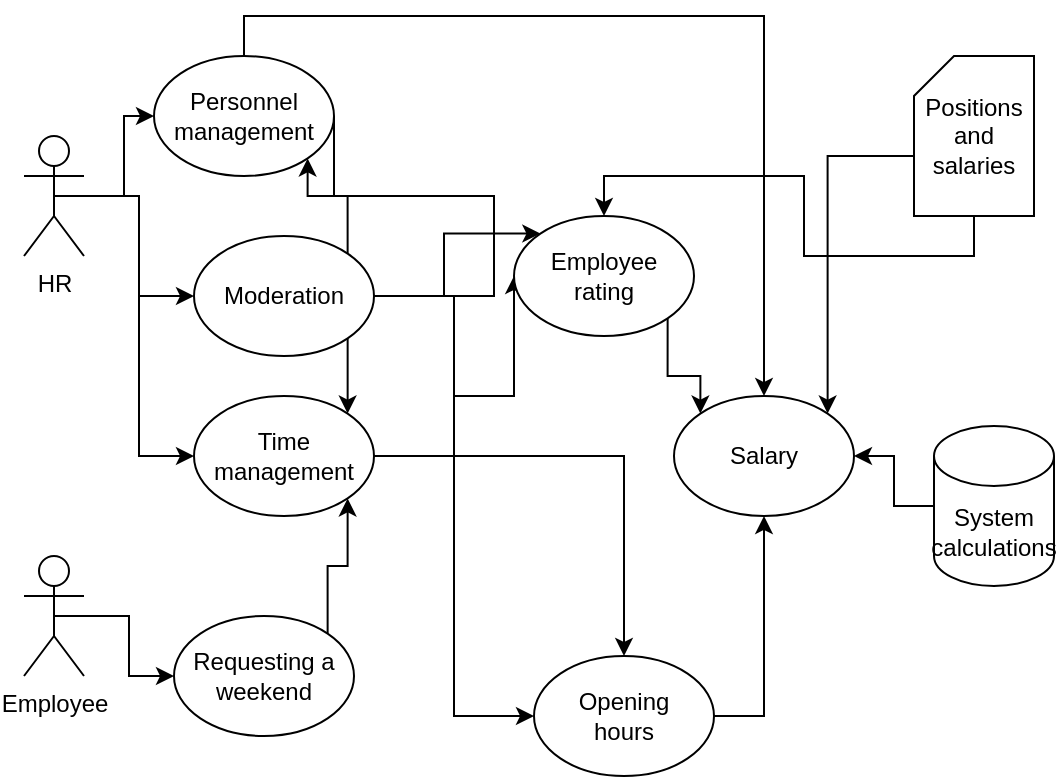
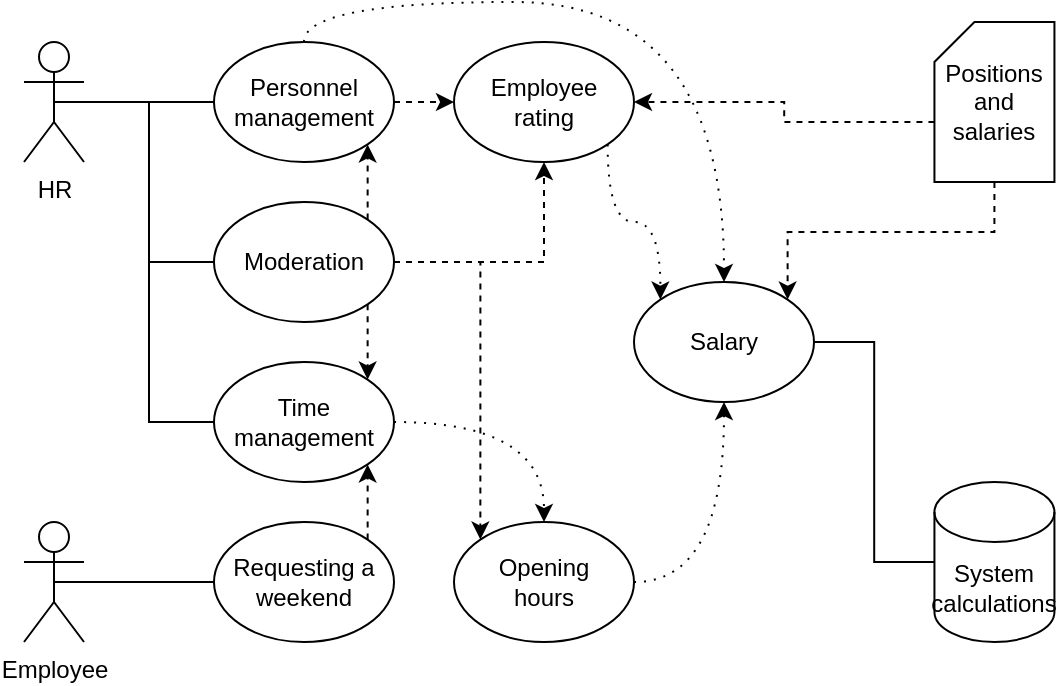
<mxfile host="app.diagrams.net">
  <diagram name="Страница-1" id="4PorLWuK8ms9UQ5BCzpe">
-     <mxGraphModel dx="1295" dy="720" grid="1" gridSize="10" guides="1" tooltips="1" connect="1" arrows="1" fold="1" page="1" pageScale="1" pageWidth="827" pageHeight="1169" math="0" shadow="0">
+     <mxGraphModel dx="2034" dy="1131" grid="1" gridSize="10" guides="1" tooltips="1" connect="1" arrows="1" fold="1" page="1" pageScale="1" pageWidth="827" pageHeight="1169" math="0" shadow="0">
      <root>
        <mxCell id="0" />
        <mxCell id="1" parent="0" />
-         <mxCell id="oMEOc6HIaAlqvmJyePlO-19" edge="1" parent="1" source="jfDDwJbVVPMw_e9_QkqK-4" style="edgeStyle=orthogonalEdgeStyle;rounded=0;orthogonalLoop=1;jettySize=auto;html=1;exitX=0;exitY=0.5;exitDx=0;exitDy=0;exitPerimeter=0;entryX=1;entryY=0.5;entryDx=0;entryDy=0;" target="jfDDwJbVVPMw_e9_QkqK-87">
+         <mxCell id="oMEOc6HIaAlqvmJyePlO-19" edge="1" parent="1" source="jfDDwJbVVPMw_e9_QkqK-4" style="edgeStyle=orthogonalEdgeStyle;rounded=0;orthogonalLoop=1;jettySize=auto;html=1;exitX=0;exitY=0.5;exitDx=0;exitDy=0;exitPerimeter=0;entryX=1;entryY=0.5;entryDx=0;entryDy=0;endArrow=none;endFill=0;" target="jfDDwJbVVPMw_e9_QkqK-87">
          <mxGeometry relative="1" as="geometry" />
        </mxCell>
        <mxCell id="jfDDwJbVVPMw_e9_QkqK-4" parent="1" style="shape=cylinder3;whiteSpace=wrap;html=1;boundedLbl=1;backgroundOutline=1;size=15;" value="System calculations" vertex="1">
-           <mxGeometry height="80" width="60" x="670" y="245" as="geometry" />
+           <mxGeometry height="80" width="60" x="640.22" y="360" as="geometry" />
        </mxCell>
-         <mxCell id="oMEOc6HIaAlqvmJyePlO-2" edge="1" parent="1" source="jfDDwJbVVPMw_e9_QkqK-5" style="edgeStyle=orthogonalEdgeStyle;rounded=0;orthogonalLoop=1;jettySize=auto;html=1;exitX=0;exitY=0;exitDx=0;exitDy=50;exitPerimeter=0;entryX=1;entryY=0;entryDx=0;entryDy=0;" target="jfDDwJbVVPMw_e9_QkqK-87">
+         <mxCell id="oMEOc6HIaAlqvmJyePlO-85" edge="1" parent="1" source="jfDDwJbVVPMw_e9_QkqK-5" style="edgeStyle=orthogonalEdgeStyle;rounded=0;orthogonalLoop=1;jettySize=auto;html=1;exitX=0;exitY=0;exitDx=0;exitDy=50;exitPerimeter=0;entryX=1;entryY=0.5;entryDx=0;entryDy=0;dashed=1;" target="jfDDwJbVVPMw_e9_QkqK-85">
          <mxGeometry relative="1" as="geometry" />
        </mxCell>
-         <mxCell id="oMEOc6HIaAlqvmJyePlO-3" edge="1" parent="1" source="jfDDwJbVVPMw_e9_QkqK-5" style="edgeStyle=orthogonalEdgeStyle;rounded=0;orthogonalLoop=1;jettySize=auto;html=1;exitX=0.5;exitY=1;exitDx=0;exitDy=0;exitPerimeter=0;entryX=0.5;entryY=0;entryDx=0;entryDy=0;" target="jfDDwJbVVPMw_e9_QkqK-85">
+         <mxCell id="oMEOc6HIaAlqvmJyePlO-86" edge="1" parent="1" source="jfDDwJbVVPMw_e9_QkqK-5" style="edgeStyle=orthogonalEdgeStyle;rounded=0;orthogonalLoop=1;jettySize=auto;html=1;exitX=0.5;exitY=1;exitDx=0;exitDy=0;exitPerimeter=0;entryX=1;entryY=0;entryDx=0;entryDy=0;dashed=1;" target="jfDDwJbVVPMw_e9_QkqK-87">
          <mxGeometry relative="1" as="geometry" />
        </mxCell>
        <mxCell id="jfDDwJbVVPMw_e9_QkqK-5" parent="1" style="shape=card;whiteSpace=wrap;html=1;size=20;" value="Positions and salaries" vertex="1">
-           <mxGeometry height="80" width="60" x="660" y="60" as="geometry" />
+           <mxGeometry height="80" width="60" x="640.22" y="130" as="geometry" />
        </mxCell>
-         <mxCell id="oMEOc6HIaAlqvmJyePlO-1" edge="1" parent="1" source="jfDDwJbVVPMw_e9_QkqK-49" style="edgeStyle=orthogonalEdgeStyle;rounded=0;orthogonalLoop=1;jettySize=auto;html=1;exitX=0.5;exitY=0;exitDx=0;exitDy=0;entryX=0.5;entryY=0;entryDx=0;entryDy=0;" target="jfDDwJbVVPMw_e9_QkqK-87">
+         <mxCell id="oMEOc6HIaAlqvmJyePlO-22" edge="1" parent="1" source="jfDDwJbVVPMw_e9_QkqK-49" style="edgeStyle=orthogonalEdgeStyle;rounded=0;orthogonalLoop=1;jettySize=auto;html=1;exitX=1;exitY=0.5;exitDx=0;exitDy=0;entryX=0;entryY=0.5;entryDx=0;entryDy=0;dashed=1;" target="jfDDwJbVVPMw_e9_QkqK-85">
          <mxGeometry relative="1" as="geometry" />
        </mxCell>
-         <mxCell id="oMEOc6HIaAlqvmJyePlO-4" edge="1" parent="1" source="jfDDwJbVVPMw_e9_QkqK-49" style="edgeStyle=orthogonalEdgeStyle;rounded=0;orthogonalLoop=1;jettySize=auto;html=1;exitX=1;exitY=0.5;exitDx=0;exitDy=0;entryX=0;entryY=0.5;entryDx=0;entryDy=0;" target="jfDDwJbVVPMw_e9_QkqK-85">
-           <mxGeometry relative="1" as="geometry">
-             <Array as="points">
-               <mxPoint x="450" y="130" />
-               <mxPoint x="450" y="180" />
-               <mxPoint x="430" y="180" />
-               <mxPoint x="430" y="230" />
-             </Array>
-           </mxGeometry>
+         <mxCell id="oMEOc6HIaAlqvmJyePlO-88" edge="1" parent="1" source="jfDDwJbVVPMw_e9_QkqK-49" style="edgeStyle=orthogonalEdgeStyle;rounded=0;orthogonalLoop=1;jettySize=auto;html=1;exitX=0.5;exitY=0;exitDx=0;exitDy=0;entryX=0.5;entryY=0;entryDx=0;entryDy=0;dashed=1;dashPattern=1 4;curved=1;" target="jfDDwJbVVPMw_e9_QkqK-87">
+           <mxGeometry relative="1" as="geometry" />
        </mxCell>
        <mxCell id="jfDDwJbVVPMw_e9_QkqK-49" parent="1" style="ellipse;whiteSpace=wrap;html=1;" value="Personnel management" vertex="1">
-           <mxGeometry height="60" width="90" x="280" y="60" as="geometry" />
+           <mxGeometry height="60" width="90" x="280" y="140" as="geometry" />
        </mxCell>
-         <mxCell id="oMEOc6HIaAlqvmJyePlO-11" edge="1" parent="1" source="jfDDwJbVVPMw_e9_QkqK-61" style="edgeStyle=orthogonalEdgeStyle;rounded=0;orthogonalLoop=1;jettySize=auto;html=1;exitX=1;exitY=0;exitDx=0;exitDy=0;entryX=1;entryY=1;entryDx=0;entryDy=0;" target="jfDDwJbVVPMw_e9_QkqK-78">
+         <mxCell id="oMEOc6HIaAlqvmJyePlO-11" edge="1" parent="1" source="jfDDwJbVVPMw_e9_QkqK-61" style="edgeStyle=orthogonalEdgeStyle;rounded=0;orthogonalLoop=1;jettySize=auto;html=1;exitX=1;exitY=0;exitDx=0;exitDy=0;entryX=1;entryY=1;entryDx=0;entryDy=0;dashed=1;" target="jfDDwJbVVPMw_e9_QkqK-78">
          <mxGeometry relative="1" as="geometry" />
        </mxCell>
        <mxCell id="jfDDwJbVVPMw_e9_QkqK-61" parent="1" style="ellipse;whiteSpace=wrap;html=1;" value="Requesting a weekend" vertex="1">
-           <mxGeometry height="60" width="90" x="290" y="340" as="geometry" />
+           <mxGeometry height="60" width="90" x="280" y="380" as="geometry" />
        </mxCell>
-         <mxCell id="oMEOc6HIaAlqvmJyePlO-5" edge="1" parent="1" source="jfDDwJbVVPMw_e9_QkqK-62" style="edgeStyle=orthogonalEdgeStyle;rounded=0;orthogonalLoop=1;jettySize=auto;html=1;exitX=1;exitY=0.5;exitDx=0;exitDy=0;entryX=0;entryY=0;entryDx=0;entryDy=0;" target="jfDDwJbVVPMw_e9_QkqK-85">
+         <mxCell id="oMEOc6HIaAlqvmJyePlO-12" edge="1" parent="1" source="jfDDwJbVVPMw_e9_QkqK-62" style="edgeStyle=orthogonalEdgeStyle;rounded=0;orthogonalLoop=1;jettySize=auto;html=1;exitX=1;exitY=1;exitDx=0;exitDy=0;entryX=1;entryY=0;entryDx=0;entryDy=0;curved=1;dashed=1;" target="jfDDwJbVVPMw_e9_QkqK-78">
          <mxGeometry relative="1" as="geometry" />
        </mxCell>
-         <mxCell id="oMEOc6HIaAlqvmJyePlO-10" edge="1" parent="1" source="jfDDwJbVVPMw_e9_QkqK-62" style="edgeStyle=orthogonalEdgeStyle;rounded=0;orthogonalLoop=1;jettySize=auto;html=1;exitX=1;exitY=0.5;exitDx=0;exitDy=0;entryX=0;entryY=0.5;entryDx=0;entryDy=0;" target="jfDDwJbVVPMw_e9_QkqK-88">
+         <mxCell id="oMEOc6HIaAlqvmJyePlO-14" edge="1" parent="1" source="jfDDwJbVVPMw_e9_QkqK-62" style="edgeStyle=orthogonalEdgeStyle;rounded=0;orthogonalLoop=1;jettySize=auto;html=1;exitX=1;exitY=0;exitDx=0;exitDy=0;entryX=1;entryY=1;entryDx=0;entryDy=0;dashed=1;" target="jfDDwJbVVPMw_e9_QkqK-49">
          <mxGeometry relative="1" as="geometry" />
        </mxCell>
-         <mxCell id="oMEOc6HIaAlqvmJyePlO-12" edge="1" parent="1" source="jfDDwJbVVPMw_e9_QkqK-62" style="edgeStyle=orthogonalEdgeStyle;rounded=0;orthogonalLoop=1;jettySize=auto;html=1;exitX=1;exitY=1;exitDx=0;exitDy=0;entryX=1;entryY=0;entryDx=0;entryDy=0;" target="jfDDwJbVVPMw_e9_QkqK-78">
+         <mxCell id="oMEOc6HIaAlqvmJyePlO-80" edge="1" parent="1" source="jfDDwJbVVPMw_e9_QkqK-62" style="edgeStyle=orthogonalEdgeStyle;rounded=0;orthogonalLoop=1;jettySize=auto;html=1;exitX=1;exitY=0.5;exitDx=0;exitDy=0;entryX=0.5;entryY=1;entryDx=0;entryDy=0;dashed=1;" target="jfDDwJbVVPMw_e9_QkqK-85">
          <mxGeometry relative="1" as="geometry" />
        </mxCell>
-         <mxCell id="oMEOc6HIaAlqvmJyePlO-14" edge="1" parent="1" source="jfDDwJbVVPMw_e9_QkqK-62" style="edgeStyle=orthogonalEdgeStyle;rounded=0;orthogonalLoop=1;jettySize=auto;html=1;exitX=1;exitY=0;exitDx=0;exitDy=0;entryX=1;entryY=1;entryDx=0;entryDy=0;" target="jfDDwJbVVPMw_e9_QkqK-49">
+         <mxCell id="oMEOc6HIaAlqvmJyePlO-81" edge="1" parent="1" source="jfDDwJbVVPMw_e9_QkqK-62" style="edgeStyle=orthogonalEdgeStyle;rounded=0;orthogonalLoop=1;jettySize=auto;html=1;exitX=1;exitY=0.5;exitDx=0;exitDy=0;entryX=0;entryY=0;entryDx=0;entryDy=0;dashed=1;" target="jfDDwJbVVPMw_e9_QkqK-88">
          <mxGeometry relative="1" as="geometry" />
        </mxCell>
        <mxCell id="jfDDwJbVVPMw_e9_QkqK-62" parent="1" style="ellipse;whiteSpace=wrap;html=1;" value="Moderation" vertex="1">
-           <mxGeometry height="60" width="90" x="300" y="150" as="geometry" />
+           <mxGeometry height="60" width="90" x="280" y="220" as="geometry" />
        </mxCell>
-         <mxCell id="oMEOc6HIaAlqvmJyePlO-16" edge="1" parent="1" source="jfDDwJbVVPMw_e9_QkqK-1" style="edgeStyle=orthogonalEdgeStyle;rounded=0;orthogonalLoop=1;jettySize=auto;html=1;exitX=0.5;exitY=0.5;exitDx=0;exitDy=0;exitPerimeter=0;entryX=0;entryY=0.5;entryDx=0;entryDy=0;" target="jfDDwJbVVPMw_e9_QkqK-49">
+         <mxCell id="oMEOc6HIaAlqvmJyePlO-16" edge="1" parent="1" source="jfDDwJbVVPMw_e9_QkqK-1" style="edgeStyle=orthogonalEdgeStyle;rounded=0;orthogonalLoop=1;jettySize=auto;html=1;exitX=0.5;exitY=0.5;exitDx=0;exitDy=0;exitPerimeter=0;entryX=0;entryY=0.5;entryDx=0;entryDy=0;endArrow=none;endFill=0;" target="jfDDwJbVVPMw_e9_QkqK-49">
          <mxGeometry relative="1" as="geometry" />
        </mxCell>
-         <mxCell id="oMEOc6HIaAlqvmJyePlO-17" edge="1" parent="1" source="jfDDwJbVVPMw_e9_QkqK-1" style="edgeStyle=orthogonalEdgeStyle;rounded=0;orthogonalLoop=1;jettySize=auto;html=1;exitX=0.5;exitY=0.5;exitDx=0;exitDy=0;exitPerimeter=0;entryX=0;entryY=0.5;entryDx=0;entryDy=0;" target="jfDDwJbVVPMw_e9_QkqK-62">
+         <mxCell id="oMEOc6HIaAlqvmJyePlO-17" edge="1" parent="1" source="jfDDwJbVVPMw_e9_QkqK-1" style="edgeStyle=orthogonalEdgeStyle;rounded=0;orthogonalLoop=1;jettySize=auto;html=1;exitX=0.5;exitY=0.5;exitDx=0;exitDy=0;exitPerimeter=0;entryX=0;entryY=0.5;entryDx=0;entryDy=0;endArrow=none;endFill=0;" target="jfDDwJbVVPMw_e9_QkqK-62">
          <mxGeometry relative="1" as="geometry" />
        </mxCell>
-         <mxCell id="oMEOc6HIaAlqvmJyePlO-18" edge="1" parent="1" source="jfDDwJbVVPMw_e9_QkqK-1" style="edgeStyle=orthogonalEdgeStyle;rounded=0;orthogonalLoop=1;jettySize=auto;html=1;exitX=0.5;exitY=0.5;exitDx=0;exitDy=0;exitPerimeter=0;entryX=0;entryY=0.5;entryDx=0;entryDy=0;" target="jfDDwJbVVPMw_e9_QkqK-78">
+         <mxCell id="oMEOc6HIaAlqvmJyePlO-18" edge="1" parent="1" source="jfDDwJbVVPMw_e9_QkqK-1" style="edgeStyle=orthogonalEdgeStyle;rounded=0;orthogonalLoop=1;jettySize=auto;html=1;exitX=0.5;exitY=0.5;exitDx=0;exitDy=0;exitPerimeter=0;entryX=0;entryY=0.5;entryDx=0;entryDy=0;endArrow=none;endFill=0;" target="jfDDwJbVVPMw_e9_QkqK-78">
          <mxGeometry relative="1" as="geometry" />
        </mxCell>
        <mxCell id="jfDDwJbVVPMw_e9_QkqK-1" parent="1" style="shape=umlActor;verticalLabelPosition=bottom;verticalAlign=top;html=1;outlineConnect=0;" value="HR" vertex="1">
-           <mxGeometry height="60" width="30" x="215" y="100" as="geometry" />
+           <mxGeometry height="60" width="30" x="185" y="140" as="geometry" />
        </mxCell>
-         <mxCell id="oMEOc6HIaAlqvmJyePlO-15" edge="1" parent="1" source="jfDDwJbVVPMw_e9_QkqK-2" style="edgeStyle=orthogonalEdgeStyle;rounded=0;orthogonalLoop=1;jettySize=auto;html=1;exitX=0.5;exitY=0.5;exitDx=0;exitDy=0;exitPerimeter=0;entryX=0;entryY=0.5;entryDx=0;entryDy=0;" target="jfDDwJbVVPMw_e9_QkqK-61">
+         <mxCell id="oMEOc6HIaAlqvmJyePlO-15" edge="1" parent="1" source="jfDDwJbVVPMw_e9_QkqK-2" style="edgeStyle=orthogonalEdgeStyle;rounded=0;orthogonalLoop=1;jettySize=auto;html=1;exitX=0.5;exitY=0.5;exitDx=0;exitDy=0;exitPerimeter=0;entryX=0;entryY=0.5;entryDx=0;entryDy=0;endArrow=none;endFill=0;" target="jfDDwJbVVPMw_e9_QkqK-61">
          <mxGeometry relative="1" as="geometry" />
        </mxCell>
        <mxCell id="jfDDwJbVVPMw_e9_QkqK-2" parent="1" style="shape=umlActor;verticalLabelPosition=bottom;verticalAlign=top;html=1;outlineConnect=0;" value="Employee" vertex="1">
-           <mxGeometry height="60" width="30" x="215" y="310" as="geometry" />
+           <mxGeometry height="60" width="30" x="185" y="380" as="geometry" />
        </mxCell>
-         <mxCell id="oMEOc6HIaAlqvmJyePlO-6" edge="1" parent="1" source="jfDDwJbVVPMw_e9_QkqK-78" style="edgeStyle=orthogonalEdgeStyle;rounded=0;orthogonalLoop=1;jettySize=auto;html=1;exitX=1;exitY=0.5;exitDx=0;exitDy=0;entryX=0.5;entryY=0;entryDx=0;entryDy=0;" target="jfDDwJbVVPMw_e9_QkqK-88">
+         <mxCell id="oMEOc6HIaAlqvmJyePlO-6" edge="1" parent="1" source="jfDDwJbVVPMw_e9_QkqK-78" style="edgeStyle=orthogonalEdgeStyle;rounded=0;orthogonalLoop=1;jettySize=auto;html=1;exitX=1;exitY=0.5;exitDx=0;exitDy=0;entryX=0.5;entryY=0;entryDx=0;entryDy=0;dashed=1;dashPattern=1 4;curved=1;" target="jfDDwJbVVPMw_e9_QkqK-88" value=" ">
          <mxGeometry relative="1" as="geometry" />
        </mxCell>
        <mxCell id="jfDDwJbVVPMw_e9_QkqK-78" parent="1" style="ellipse;whiteSpace=wrap;html=1;" value="Time management" vertex="1">
-           <mxGeometry height="60" width="90" x="300" y="230" as="geometry" />
+           <mxGeometry height="60" width="90" x="280" y="300" as="geometry" />
        </mxCell>
-         <mxCell id="oMEOc6HIaAlqvmJyePlO-8" edge="1" parent="1" source="jfDDwJbVVPMw_e9_QkqK-85" style="edgeStyle=orthogonalEdgeStyle;rounded=0;orthogonalLoop=1;jettySize=auto;html=1;exitX=1;exitY=1;exitDx=0;exitDy=0;entryX=0;entryY=0;entryDx=0;entryDy=0;" target="jfDDwJbVVPMw_e9_QkqK-87">
+         <mxCell id="oMEOc6HIaAlqvmJyePlO-83" edge="1" parent="1" source="jfDDwJbVVPMw_e9_QkqK-85" style="edgeStyle=orthogonalEdgeStyle;rounded=0;orthogonalLoop=1;jettySize=auto;html=1;exitX=1;exitY=1;exitDx=0;exitDy=0;entryX=0;entryY=0;entryDx=0;entryDy=0;dashed=1;dashPattern=1 4;curved=1;" target="jfDDwJbVVPMw_e9_QkqK-87">
          <mxGeometry relative="1" as="geometry" />
        </mxCell>
        <mxCell id="jfDDwJbVVPMw_e9_QkqK-85" parent="1" style="ellipse;whiteSpace=wrap;html=1;" value="Employee&lt;div&gt;rating&lt;/div&gt;" vertex="1">
-           <mxGeometry height="60" width="90" x="460" y="140" as="geometry" />
+           <mxGeometry height="60" width="90" x="400" y="140" as="geometry" />
        </mxCell>
        <mxCell id="jfDDwJbVVPMw_e9_QkqK-87" parent="1" style="ellipse;whiteSpace=wrap;html=1;" value="&lt;span class=&quot;YPkS7KbdpWfGdYKd3QB9&quot; data-src-align=&quot;22:8&quot; style=&quot;white-space: pre-wrap;&quot;&gt;Salary&lt;/span&gt;" vertex="1">
-           <mxGeometry height="60" width="90" x="540" y="230" as="geometry" />
+           <mxGeometry height="60" width="90" x="490" y="260" as="geometry" />
        </mxCell>
-         <mxCell id="oMEOc6HIaAlqvmJyePlO-9" edge="1" parent="1" source="jfDDwJbVVPMw_e9_QkqK-88" style="edgeStyle=orthogonalEdgeStyle;rounded=0;orthogonalLoop=1;jettySize=auto;html=1;exitX=1;exitY=0.5;exitDx=0;exitDy=0;entryX=0.5;entryY=1;entryDx=0;entryDy=0;" target="jfDDwJbVVPMw_e9_QkqK-87">
+         <mxCell id="oMEOc6HIaAlqvmJyePlO-9" edge="1" parent="1" source="jfDDwJbVVPMw_e9_QkqK-88" style="edgeStyle=orthogonalEdgeStyle;rounded=0;orthogonalLoop=1;jettySize=auto;html=1;exitX=1;exitY=0.5;exitDx=0;exitDy=0;entryX=0.5;entryY=1;entryDx=0;entryDy=0;dashed=1;dashPattern=1 4;curved=1;" target="jfDDwJbVVPMw_e9_QkqK-87">
          <mxGeometry relative="1" as="geometry" />
        </mxCell>
        <mxCell id="jfDDwJbVVPMw_e9_QkqK-88" parent="1" style="ellipse;whiteSpace=wrap;html=1;" value="Opening&lt;div&gt;hours&lt;/div&gt;" vertex="1">
-           <mxGeometry height="60" width="90" x="470" y="360" as="geometry" />
+           <mxGeometry height="60" width="90" x="400" y="380" as="geometry" />
        </mxCell>
      </root>
    </mxGraphModel>
  </diagram>
</mxfile>
